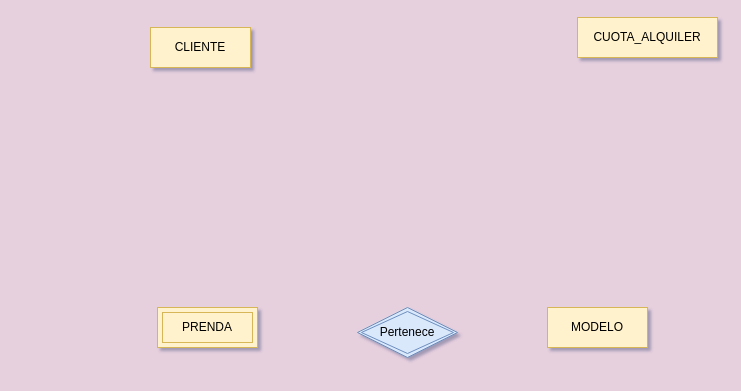
Earlier version of the draw.io diagram RentWear.drawio (VeraAceves/NT-BD). Source tidied: cells renumbered, new cells numbered last; positions are measured from the earlier drawing's top-left corner, leaving out a move shared by most shapes. Both pictures are drawn from the tidied source at 100%, with x=0, y=0 at pixel (150, 17).
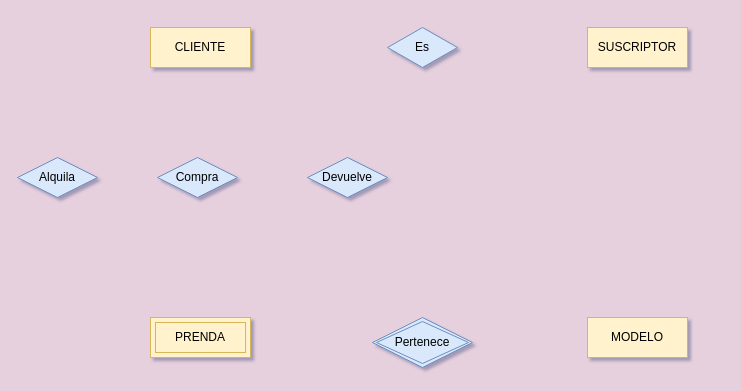
The same page after the edit.

Diff of the diagram source:
```diff
@@
 <mxGraphModel background="#E6D0DE" shadow="1">
   <root>
     <mxCell id="0" />
     <mxCell id="1" parent="0" />
     <mxCell id="2" value="CLIENTE" style="whiteSpace=wrap;html=1;align=center;fillColor=#fff2cc;strokeColor=#d6b656;" parent="1" vertex="1">
       <mxGeometry y="10" width="100" height="40" as="geometry" />
     </mxCell>
-    <mxCell id="3" value="CUOTA_ALQUILER" style="whiteSpace=wrap;html=1;align=center;fillColor=#fff2cc;strokeColor=#d6b656;" parent="1" vertex="1">
-      <mxGeometry x="427" width="140" height="40" as="geometry" />
+    <mxCell id="3" value="SUSCRIPTOR" style="whiteSpace=wrap;html=1;align=center;fillColor=#fff2cc;strokeColor=#d6b656;" parent="1" vertex="1">
+      <mxGeometry x="437" y="10" width="100" height="40" as="geometry" />
     </mxCell>
     <mxCell id="4" value="MODELO" style="whiteSpace=wrap;html=1;align=center;fillColor=#fff2cc;strokeColor=#d6b656;" parent="1" vertex="1">
-      <mxGeometry x="397" y="290" width="100" height="40" as="geometry" />
+      <mxGeometry x="437" y="300" width="100" height="40" as="geometry" />
     </mxCell>
     <mxCell id="5" value="PRENDA" style="shape=ext;margin=3;double=1;whiteSpace=wrap;html=1;align=center;fillColor=#fff2cc;strokeColor=#d6b656;" parent="1" vertex="1">
-      <mxGeometry x="7" y="290" width="100" height="40" as="geometry" />
+      <mxGeometry y="300" width="100" height="40" as="geometry" />
     </mxCell>
     <mxCell id="6" value="Pertenece" style="shape=rhombus;double=1;perimeter=rhombusPerimeter;whiteSpace=wrap;html=1;align=center;fillColor=#dae8fc;strokeColor=#6c8ebf;" parent="1" vertex="1">
-      <mxGeometry x="207" y="290" width="100" height="50" as="geometry" />
+      <mxGeometry x="222" y="300" width="100" height="50" as="geometry" />
     </mxCell>
+    <mxCell id="7" value="Es" style="shape=rhombus;perimeter=rhombusPerimeter;whiteSpace=wrap;html=1;align=center;fillColor=#dae8fc;strokeColor=#6c8ebf;" parent="1" vertex="1">
+      <mxGeometry x="237" y="10" width="70" height="40" as="geometry" />
+    </mxCell>
+    <mxCell id="8" value="Alquila" style="shape=rhombus;perimeter=rhombusPerimeter;whiteSpace=wrap;html=1;align=center;fillColor=#dae8fc;strokeColor=#6c8ebf;" parent="1" vertex="1">
+      <mxGeometry x="-133" y="140" width="80" height="40" as="geometry" />
+    </mxCell>
+    <mxCell id="9" value="Compra" style="shape=rhombus;perimeter=rhombusPerimeter;whiteSpace=wrap;html=1;align=center;fillColor=#dae8fc;strokeColor=#6c8ebf;" parent="1" vertex="1">
+      <mxGeometry x="7" y="140" width="80" height="40" as="geometry" />
+    </mxCell>
+    <mxCell id="10" value="Devuelve" style="shape=rhombus;perimeter=rhombusPerimeter;whiteSpace=wrap;html=1;align=center;fillColor=#dae8fc;strokeColor=#6c8ebf;" parent="1" vertex="1">
+      <mxGeometry x="157" y="140" width="80" height="40" as="geometry" />
+    </mxCell>
   </root>
 </mxGraphModel>
```
